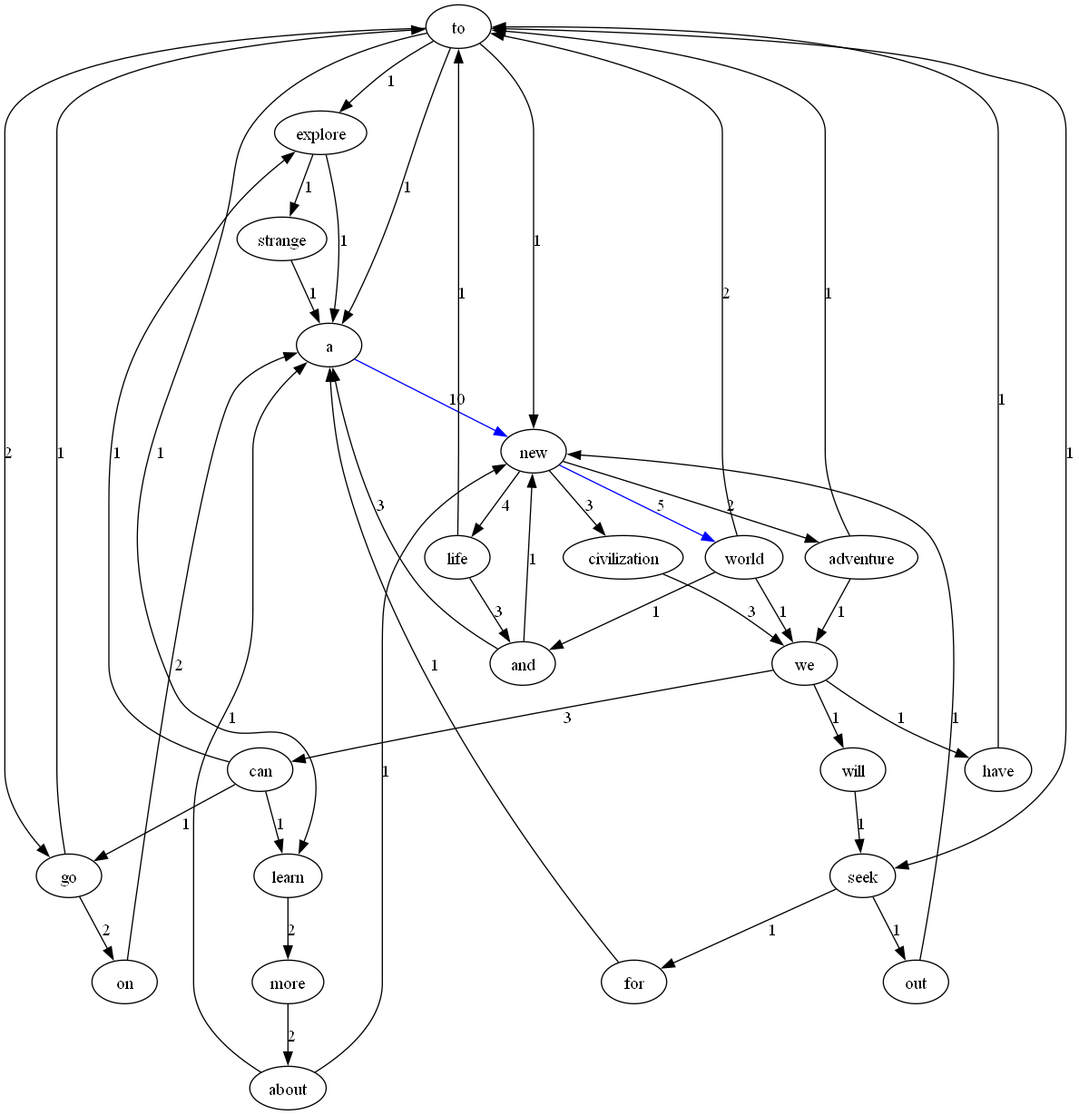
This is src/file/normal/Graph.png from uprightderran/myGUI4lab1, a Graphviz export, as it was before one commit. Its source is kept beside it as src/file/normal/Graph.dot. Source of this version:
```dot
digraph TextGraph {
to;
explore;
strange;
a;
new;
world;
and;
life;
civilization;
we;
can;
go;
on;
adventure;
seek;
out;
learn;
more;
about;
have;
will;
for;
to -> explore [label = 1];
explore -> strange [label = 1];
strange -> a [label = 1];
a -> new [label = 10, color = blue];
new -> world [label = 5, color = blue];
world -> and [label = 1];
and -> a [label = 3];
and -> new [label = 1];
world -> to [label = 2];
world -> we [label = 1];
we -> can [label = 3];
can -> go [label = 1];
go -> on [label = 2];
on -> a [label = 2];
go -> to [label = 1];
can -> learn [label = 1];
learn -> more [label = 2];
more -> about [label = 2];
about -> a [label = 1];
about -> new [label = 1];
can -> explore [label = 1];
we -> have [label = 1];
have -> to [label = 1];
we -> will [label = 1];
will -> seek [label = 1];
seek -> out [label = 1];
out -> new [label = 1];
seek -> for [label = 1];
for -> a [label = 1];
new -> life [label = 4];
life -> and [label = 3];
life -> to [label = 1];
new -> civilization [label = 3];
civilization -> we [label = 3];
new -> adventure [label = 2];
adventure -> to [label = 1];
adventure -> we [label = 1];
explore -> a [label = 1];
to -> seek [label = 1];
to -> go [label = 2];
to -> a [label = 1];
to -> learn [label = 1];
to -> new [label = 1];
}
```
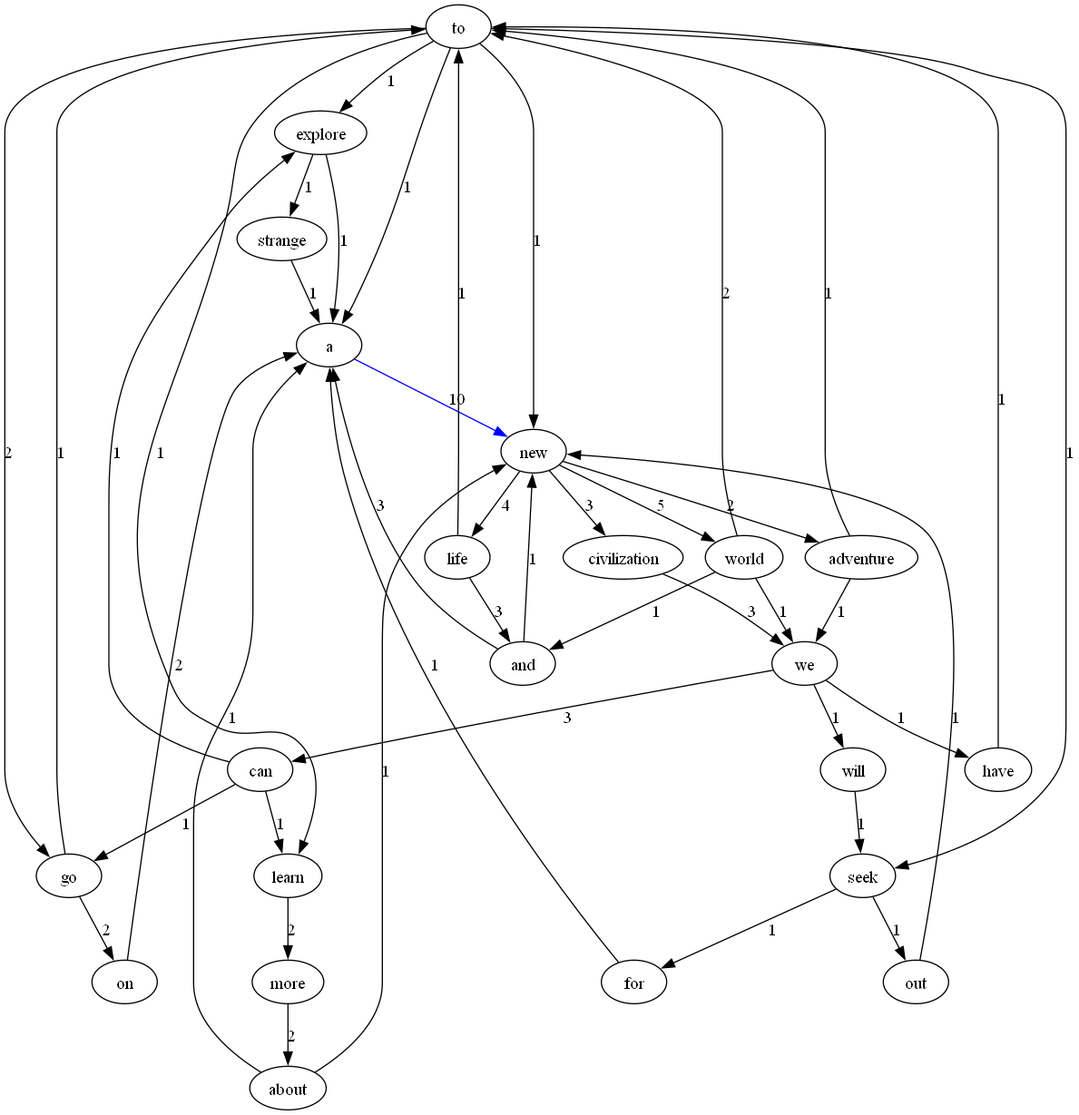
After the commit.

Diff of the diagram source:
```diff
@@ -25,7 +25,7 @@
 explore -> strange [label = 1];
 strange -> a [label = 1];
 a -> new [label = 10, color = blue];
-new -> world [label = 5, color = blue];
+new -> world [label = 5];
 world -> and [label = 1];
 and -> a [label = 3];
 and -> new [label = 1];
```
